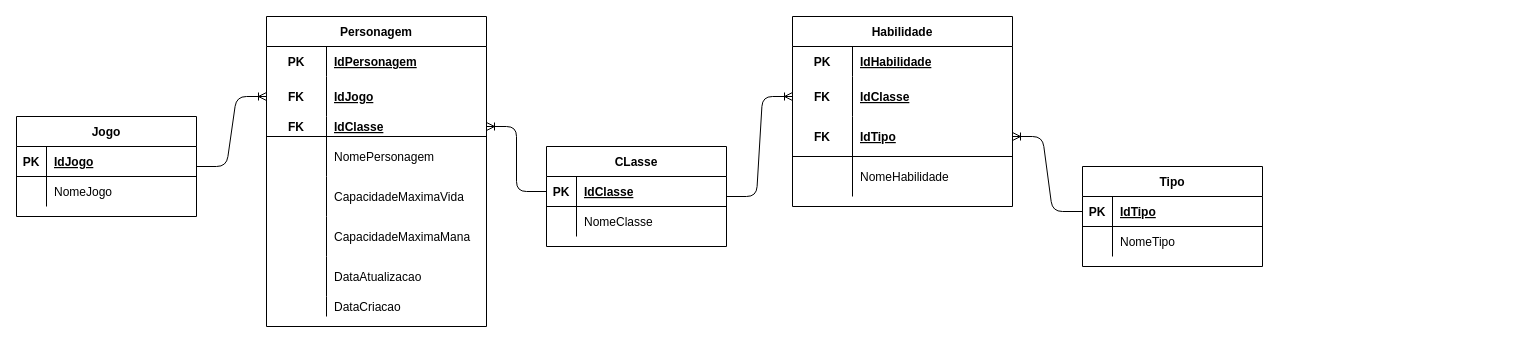
juanvianadev/senai_sprint1_bd keeps this draw.io diagram as page "Lógico" (2 of 2) of Desafio/Modelagem/HROADS-Grupo_16.drawio. Above is the earlier version. Source tidied: cells renumbered, new cells numbered last; positions are measured from the earlier drawing's top-left corner, leaving out a move shared by most shapes. Both pictures are drawn from the tidied source at 100%, with x=0, y=0 at pixel (16, 16).
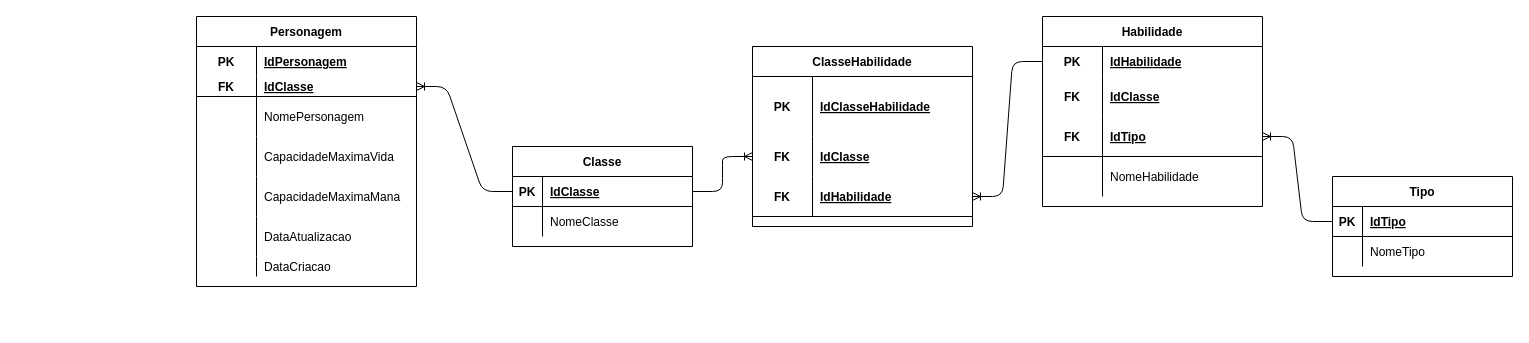
The same page after the edit.

Unchanged cells that the change refers to:
```xml
<mxCell id="35" style="shape=partialRectangle;fillColor=none;top=0;left=0;bottom=1;right=0;points=[[0,0.5],[1,0.5]];portConstraint=eastwest;" parent="34" vertex="1">
  <mxGeometry y="30" width="180" height="30" as="geometry" />
</mxCell>
<mxCell id="49" style="shape=partialRectangle;fillColor=none;top=0;left=0;bottom=0;right=0;points=[[0,0.5],[1,0.5]];portConstraint=eastwest;" parent="48" vertex="1">
  <mxGeometry y="30" width="220" height="30" as="geometry" />
</mxCell>
<mxCell id="52" style="shape=partialRectangle;fillColor=none;top=0;left=0;bottom=0;right=0;points=[[0,0.5],[1,0.5]];portConstraint=eastwest;" parent="48" vertex="1">
  <mxGeometry y="60" width="220" height="40" as="geometry" />
</mxCell>
```

Diff of the diagram source:
```diff
@@
-    <mxCell id="2" value="Jogo" style="shape=table;startSize=30;childLayout=tableLayout;rowLines=0;fontStyle=1;align=center;" parent="1" vertex="1">
-      <mxGeometry y="100" width="180" height="100" as="geometry" />
-    </mxCell>
-    <mxCell id="3" style="shape=partialRectangle;fillColor=none;top=0;left=0;bottom=1;right=0;" parent="2" vertex="1">
-      <mxGeometry y="30" width="180" height="30" as="geometry" />
-    </mxCell>
-    <mxCell id="4" value="PK" style="shape=partialRectangle;fillColor=none;top=0;left=0;bottom=0;right=0;fontStyle=1;overflow=hidden;" parent="3" vertex="1">
-      <mxGeometry width="30" height="30" as="geometry" />
-    </mxCell>
-    <mxCell id="5" value="IdJogo" style="shape=partialRectangle;fillColor=none;top=0;left=0;bottom=0;right=0;align=left;spacingLeft=6;fontStyle=5;overflow=hidden;" parent="3" vertex="1">
-      <mxGeometry x="30" width="150" height="30" as="geometry" />
-    </mxCell>
-    <mxCell id="6" style="shape=partialRectangle;fillColor=none;top=0;left=0;bottom=0;right=0;" parent="2" vertex="1">
-      <mxGeometry y="60" width="180" height="30" as="geometry" />
-    </mxCell>
-    <mxCell id="7" style="shape=partialRectangle;fillColor=none;top=0;left=0;bottom=0;right=0;overflow=hidden;" parent="6" vertex="1">
-      <mxGeometry width="30" height="30" as="geometry" />
-    </mxCell>
-    <mxCell id="8" value="NomeJogo" style="shape=partialRectangle;fillColor=none;top=0;left=0;bottom=0;right=0;align=left;spacingLeft=6;overflow=hidden;" parent="6" vertex="1">
-      <mxGeometry x="30" width="150" height="30" as="geometry" />
-    </mxCell>
     <mxCell id="9" value="Personagem" style="shape=table;startSize=30;childLayout=tableLayout;rowLines=0;fontStyle=1;align=center;" parent="1" vertex="1">
-      <mxGeometry x="250" width="220" height="310" as="geometry" />
+      <mxGeometry x="180" width="220" height="270" as="geometry" />
     </mxCell>
@@
-    <mxCell id="13" style="shape=partialRectangle;fillColor=none;top=0;left=0;bottom=0;right=0;points=[[0,0.5],[1,0.5]];portConstraint=eastwest;" parent="9" vertex="1">
-      <mxGeometry y="60" width="220" height="40" as="geometry" />
-    </mxCell>
-    <mxCell id="14" value="FK" style="shape=partialRectangle;fillColor=none;top=0;left=0;bottom=0;right=0;fontStyle=1;overflow=hidden;" parent="13" vertex="1">
-      <mxGeometry width="60" height="40" as="geometry" />
-    </mxCell>
-    <mxCell id="15" value="IdJogo" style="shape=partialRectangle;fillColor=none;top=0;left=0;bottom=0;right=0;align=left;spacingLeft=6;fontStyle=5;overflow=hidden;" parent="13" vertex="1">
-      <mxGeometry x="60" width="160" height="40" as="geometry" />
-    </mxCell>
     <mxCell id="16" style="shape=partialRectangle;fillColor=none;top=0;left=0;bottom=1;right=0;points=[[0,0.5],[1,0.5]];portConstraint=eastwest;" parent="9" vertex="1">
-      <mxGeometry y="100" width="220" height="20" as="geometry" />
+      <mxGeometry y="60" width="220" height="20" as="geometry" />
     </mxCell>
@@
     <mxCell id="19" style="shape=partialRectangle;fillColor=none;top=0;left=0;bottom=0;right=0;" parent="9" vertex="1">
-      <mxGeometry y="120" width="220" height="40" as="geometry" />
+      <mxGeometry y="80" width="220" height="40" as="geometry" />
     </mxCell>
@@
     <mxCell id="22" style="shape=partialRectangle;fillColor=none;top=0;left=0;bottom=0;right=0;" parent="9" vertex="1">
-      <mxGeometry y="160" width="220" height="40" as="geometry" />
+      <mxGeometry y="120" width="220" height="40" as="geometry" />
     </mxCell>
@@
     <mxCell id="25" style="shape=partialRectangle;fillColor=none;top=0;left=0;bottom=0;right=0;" parent="9" vertex="1">
-      <mxGeometry y="200" width="220" height="40" as="geometry" />
+      <mxGeometry y="160" width="220" height="40" as="geometry" />
     </mxCell>
@@
     <mxCell id="28" style="shape=partialRectangle;fillColor=none;top=0;left=0;bottom=0;right=0;" parent="9" vertex="1">
-      <mxGeometry y="240" width="220" height="40" as="geometry" />
+      <mxGeometry y="200" width="220" height="40" as="geometry" />
     </mxCell>
@@
     <mxCell id="31" style="shape=partialRectangle;fillColor=none;top=0;left=0;bottom=0;right=0;" parent="9" vertex="1">
-      <mxGeometry y="280" width="220" height="20" as="geometry" />
+      <mxGeometry y="240" width="220" height="20" as="geometry" />
     </mxCell>
@@
-    <mxCell id="34" value="CLasse" style="shape=table;startSize=30;childLayout=tableLayout;rowLines=0;fontStyle=1;align=center;strokeColor=#000000;" parent="1" vertex="1">
-      <mxGeometry x="530" y="130" width="180" height="100" as="geometry" />
+    <mxCell id="34" value="Classe" style="shape=table;startSize=30;childLayout=tableLayout;rowLines=0;fontStyle=1;align=center;strokeColor=#000000;" parent="1" vertex="1">
+      <mxGeometry x="496" y="130" width="180" height="100" as="geometry" />
     </mxCell>
@@
     <mxCell id="41" value="Tipo" style="shape=table;startSize=30;childLayout=tableLayout;rowLines=0;fontStyle=1;align=center;strokeColor=#000000;" parent="1" vertex="1">
-      <mxGeometry x="1066" y="150" width="180" height="100" as="geometry" />
+      <mxGeometry x="1316" y="160" width="180" height="100" as="geometry" />
     </mxCell>
@@
     <mxCell id="48" value="Habilidade" style="shape=table;startSize=30;childLayout=tableLayout;rowLines=0;fontStyle=1;align=center;" parent="1" vertex="1">
-      <mxGeometry x="776" width="220" height="190" as="geometry" />
+      <mxGeometry x="1026" width="220" height="190" as="geometry" />
     </mxCell>
@@
-    <mxCell id="63" style="edgeStyle=entityRelationEdgeStyle;fontSize=12;html=1;endArrow=ERoneToMany;exitX=1;exitY=0.5;exitDx=0;exitDy=0;entryX=0;entryY=0.5;entryDx=0;entryDy=0;" parent="1" edge="1" source="2" target="13">
-      <mxGeometry relative="1" as="geometry" />
-    </mxCell>
-    <mxCell id="64" style="edgeStyle=entityRelationEdgeStyle;fontSize=12;html=1;endArrow=ERoneToMany;entryX=0;entryY=0.5;entryDx=0;entryDy=0;exitX=1;exitY=0.5;exitDx=0;exitDy=0;" parent="1" edge="1" source="34" target="52">
-      <mxGeometry relative="1" as="geometry" />
-    </mxCell>
+    <mxCell id="65" value="ClasseHabilidade" style="shape=table;startSize=30;childLayout=tableLayout;rowLines=0;fontStyle=1;align=center;" parent="1" vertex="1">
+      <mxGeometry x="736" y="30" width="220" height="180" as="geometry" />
+    </mxCell>
+    <mxCell id="66" style="shape=partialRectangle;fillColor=none;top=0;left=0;bottom=0;right=0;" parent="65" vertex="1">
+      <mxGeometry y="30" width="220" height="60" as="geometry" />
+    </mxCell>
+    <mxCell id="4" value="PK" style="shape=partialRectangle;fillColor=none;top=0;left=0;bottom=0;right=0;fontStyle=1;overflow=hidden;" parent="66" vertex="1">
+      <mxGeometry width="60" height="60" as="geometry" />
+    </mxCell>
+    <mxCell id="67" value="IdClasseHabilidade" style="shape=partialRectangle;fillColor=none;top=0;left=0;bottom=0;right=0;align=left;spacingLeft=6;fontStyle=5;overflow=hidden;" parent="66" vertex="1">
+      <mxGeometry x="60" width="160" height="60" as="geometry" />
+    </mxCell>
+    <mxCell id="68" style="shape=partialRectangle;fillColor=none;top=0;left=0;bottom=0;right=0;points=[[0,0.5],[1,0.5]];portConstraint=eastwest;" parent="65" vertex="1">
+      <mxGeometry y="90" width="220" height="40" as="geometry" />
+    </mxCell>
+    <mxCell id="69" value="FK" style="shape=partialRectangle;fillColor=none;top=0;left=0;bottom=0;right=0;fontStyle=1;overflow=hidden;" parent="68" vertex="1">
+      <mxGeometry width="60" height="40" as="geometry" />
+    </mxCell>
+    <mxCell id="70" value="IdClasse" style="shape=partialRectangle;fillColor=none;top=0;left=0;bottom=0;right=0;align=left;spacingLeft=6;fontStyle=5;overflow=hidden;" parent="68" vertex="1">
+      <mxGeometry x="60" width="160" height="40" as="geometry" />
+    </mxCell>
+    <mxCell id="71" style="shape=partialRectangle;fillColor=none;top=0;left=0;bottom=1;right=0;points=[[0,0.5],[1,0.5]];portConstraint=eastwest;" parent="65" vertex="1">
+      <mxGeometry y="130" width="220" height="40" as="geometry" />
+    </mxCell>
+    <mxCell id="72" value="FK" style="shape=partialRectangle;fillColor=none;top=0;left=0;bottom=0;right=0;fontStyle=1;overflow=hidden;" parent="71" vertex="1">
+      <mxGeometry width="60" height="40" as="geometry" />
+    </mxCell>
+    <mxCell id="73" value="IdHabilidade" style="shape=partialRectangle;fillColor=none;top=0;left=0;bottom=0;right=0;align=left;spacingLeft=6;fontStyle=5;overflow=hidden;" parent="71" vertex="1">
+      <mxGeometry x="60" width="160" height="40" as="geometry" />
+    </mxCell>
+    <mxCell id="74" style="edgeStyle=entityRelationEdgeStyle;fontSize=12;html=1;endArrow=ERoneToMany;exitX=1;exitY=0.5;exitDx=0;exitDy=0;" parent="1" edge="1" source="35" target="68">
+      <mxGeometry relative="1" as="geometry" />
+    </mxCell>
+    <mxCell id="75" style="edgeStyle=entityRelationEdgeStyle;fontSize=12;html=1;endArrow=ERoneToMany;" parent="1" edge="1" source="49" target="71">
+      <mxGeometry relative="1" as="geometry" />
+    </mxCell>
```
